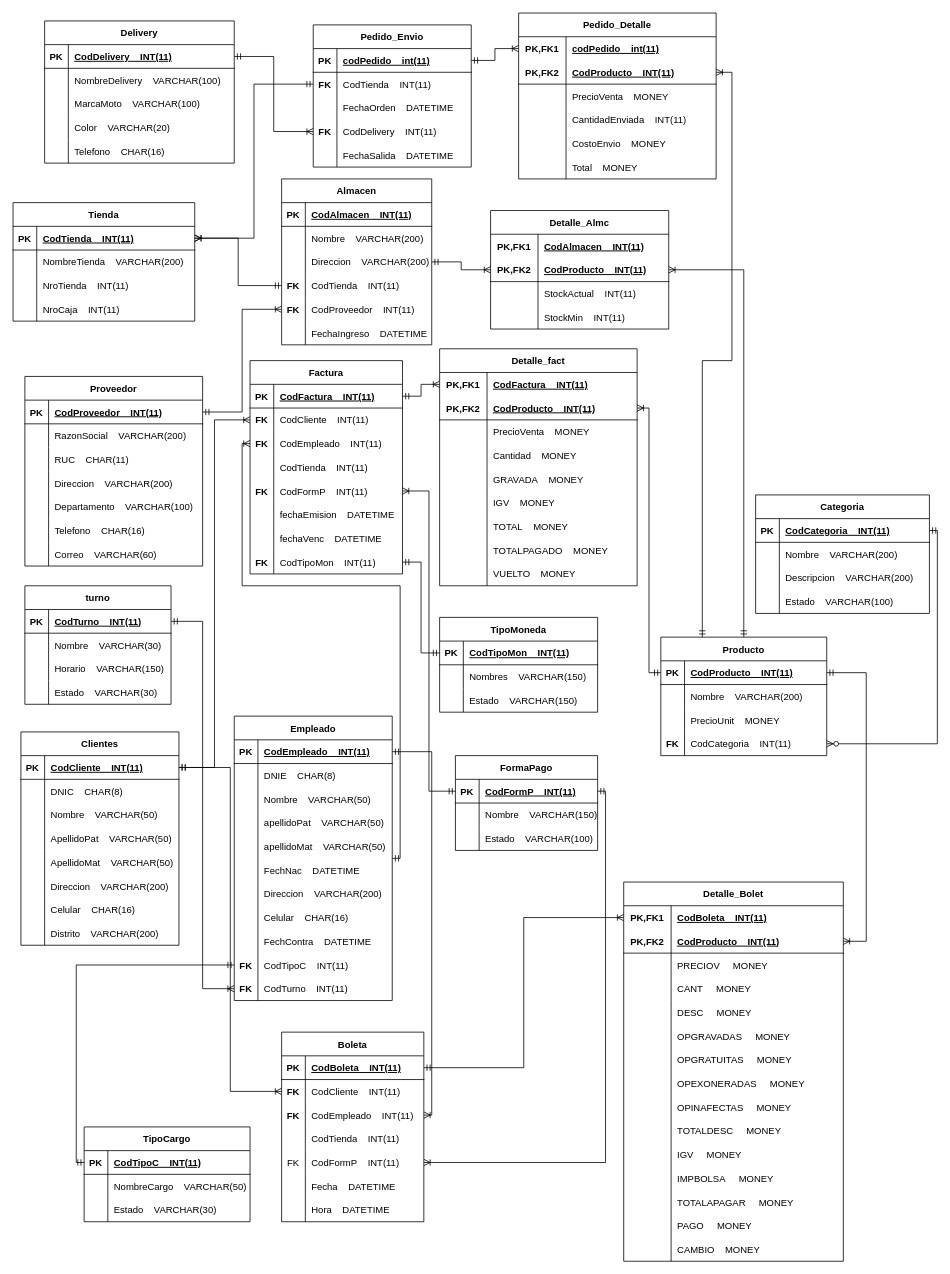
Earlier version of the draw.io diagram Tambo.drawio (josdahuqui1992/SistemaTambo). Source tidied: cells renumbered, new cells numbered last; positions are measured from the earlier drawing's top-left corner, leaving out a move shared by most shapes. Both pictures are drawn from the tidied source at 79%, with x=0, y=0 at pixel (13, 13).
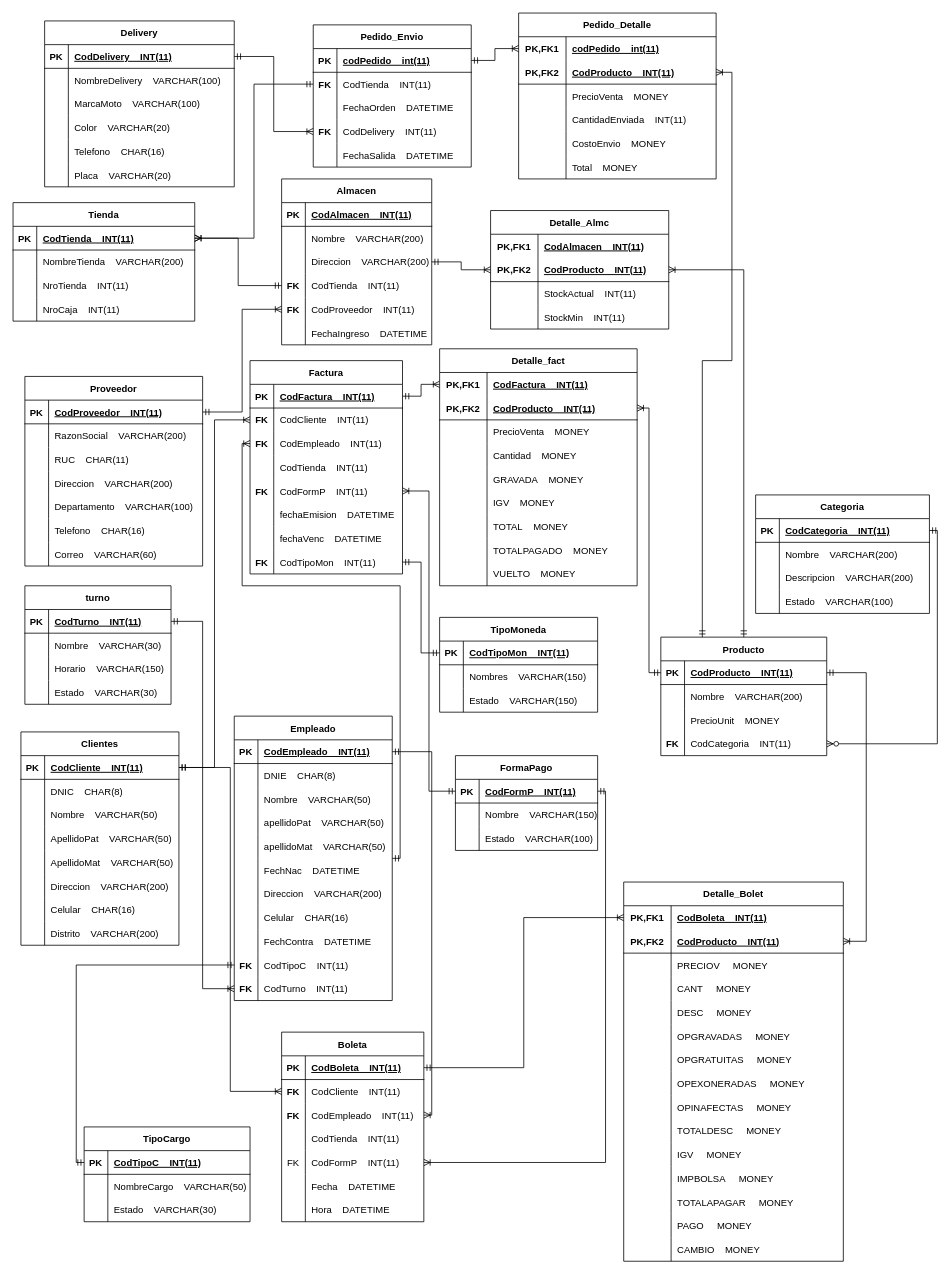
The same page after the edit.

Diff of the diagram source:
```diff
@@
     <mxCell id="352" value="Delivery" style="shape=table;startSize=30;childLayout=tableLayout;rowLines=0;fontStyle=1;align=center;" parent="1" vertex="1">
-      <mxGeometry x="40" y="10" width="240" height="180" as="geometry" />
+      <mxGeometry x="40" y="10" width="240" height="210" as="geometry" />
     </mxCell>
@@
+    <mxCell id="391" style="shape=tableRow;horizontal=0;startSize=0;swimlaneHead=0;swimlaneBody=0;fillColor=none;top=0;left=0;right=0;bottom=0;" parent="352" vertex="1">
+      <mxGeometry y="180" width="240" height="30" as="geometry" />
+    </mxCell>
+    <mxCell id="392" style="shape=partialRectangle;fillColor=none;top=0;left=0;bottom=0;right=0;overflow=hidden;" parent="391" vertex="1">
+      <mxGeometry width="30" height="30" as="geometry" />
+    </mxCell>
+    <mxCell id="393" value="Placa    VARCHAR(20)" style="shape=partialRectangle;fillColor=none;top=0;left=0;bottom=0;right=0;align=left;spacingLeft=6;overflow=hidden;" parent="391" vertex="1">
+      <mxGeometry x="30" width="210" height="30" as="geometry" />
+    </mxCell>
```
